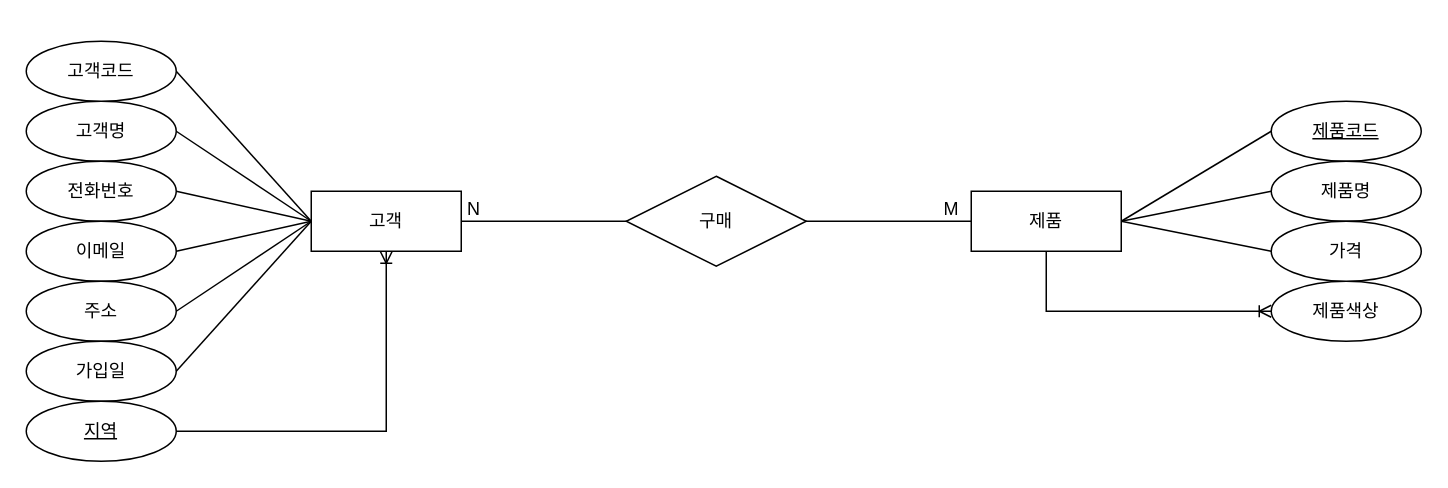
Earlier version of the draw.io diagram 온라인 전자상거래.drawio (DODODODWODODOO/oraclesource). Source tidied: cells renumbered, new cells numbered last; positions are measured from the earlier drawing's top-left corner, leaving out a move shared by most shapes. Both pictures are drawn from the tidied source at 150%, with x=0, y=0 at pixel (26, 40).
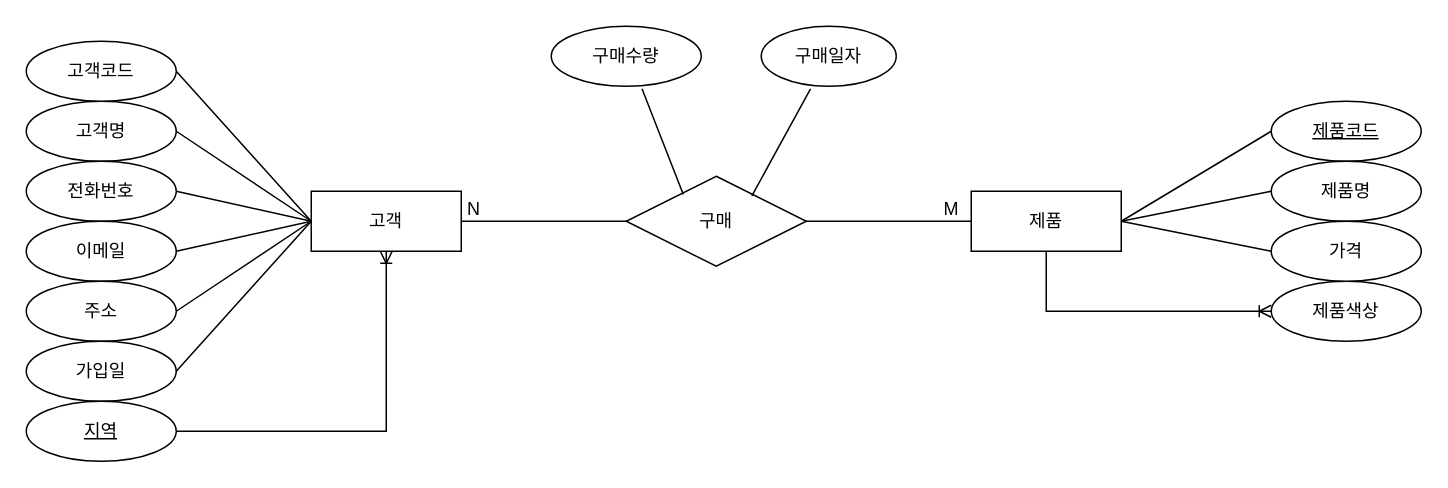
The same page after the edit.

Commit message (it also covers changes not shown here):
온라인 전자상거래.drawio 업데이트

The change refers to these unchanged cells:
```xml
<mxCell id="29" value="구매" style="shape=rhombus;perimeter=rhombusPerimeter;whiteSpace=wrap;html=1;align=center;" parent="1" vertex="1">
  <mxGeometry x="400" y="90" width="120" height="60" as="geometry" />
</mxCell>
```

The edit, as a diff of the source:
```diff
@@
+    <mxCell id="30" value="구매수량" style="ellipse;whiteSpace=wrap;html=1;align=center;" parent="1" vertex="1">
+      <mxGeometry x="350" y="-10" width="100" height="40" as="geometry" />
+    </mxCell>
+    <mxCell id="31" value="구매일자" style="ellipse;whiteSpace=wrap;html=1;align=center;" parent="1" vertex="1">
+      <mxGeometry x="490" y="-10" width="90" height="40" as="geometry" />
+    </mxCell>
+    <mxCell id="32" style="endArrow=none;html=1;rounded=0;exitX=0.605;exitY=1.042;exitDx=0;exitDy=0;exitPerimeter=0;entryX=0.317;entryY=0.202;entryDx=0;entryDy=0;entryPerimeter=0;" parent="1" edge="1" source="30" target="29">
+      <mxGeometry relative="1" as="geometry" />
+    </mxCell>
+    <mxCell id="33" style="endArrow=none;html=1;rounded=0;exitX=0.698;exitY=0.218;exitDx=0;exitDy=0;exitPerimeter=0;entryX=0.365;entryY=1.042;entryDx=0;entryDy=0;entryPerimeter=0;" parent="1" edge="1" source="29" target="31">
+      <mxGeometry relative="1" as="geometry" />
+    </mxCell>
```
